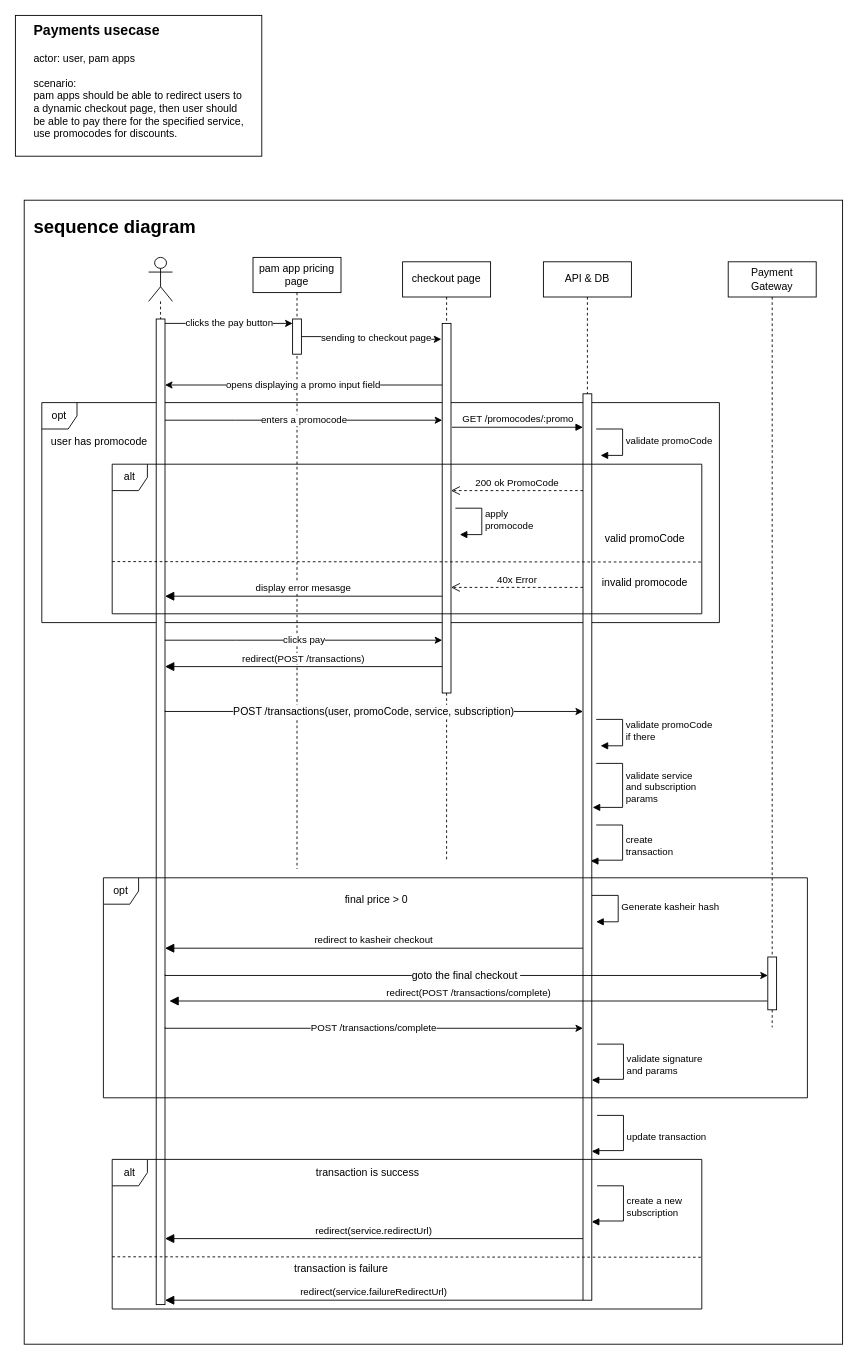
ahmed-elbehairy7/pamylka-system-design keeps this draw.io diagram as page "payments" (2 of 3) of pamylka - general.drawio. Above is the earlier version. Source tidied: cells renumbered, new cells numbered last; positions are measured from the earlier drawing's top-left corner, leaving out a move shared by most shapes. Both pictures are drawn from the tidied source at 88%, with x=0, y=0 at pixel (15, 15).
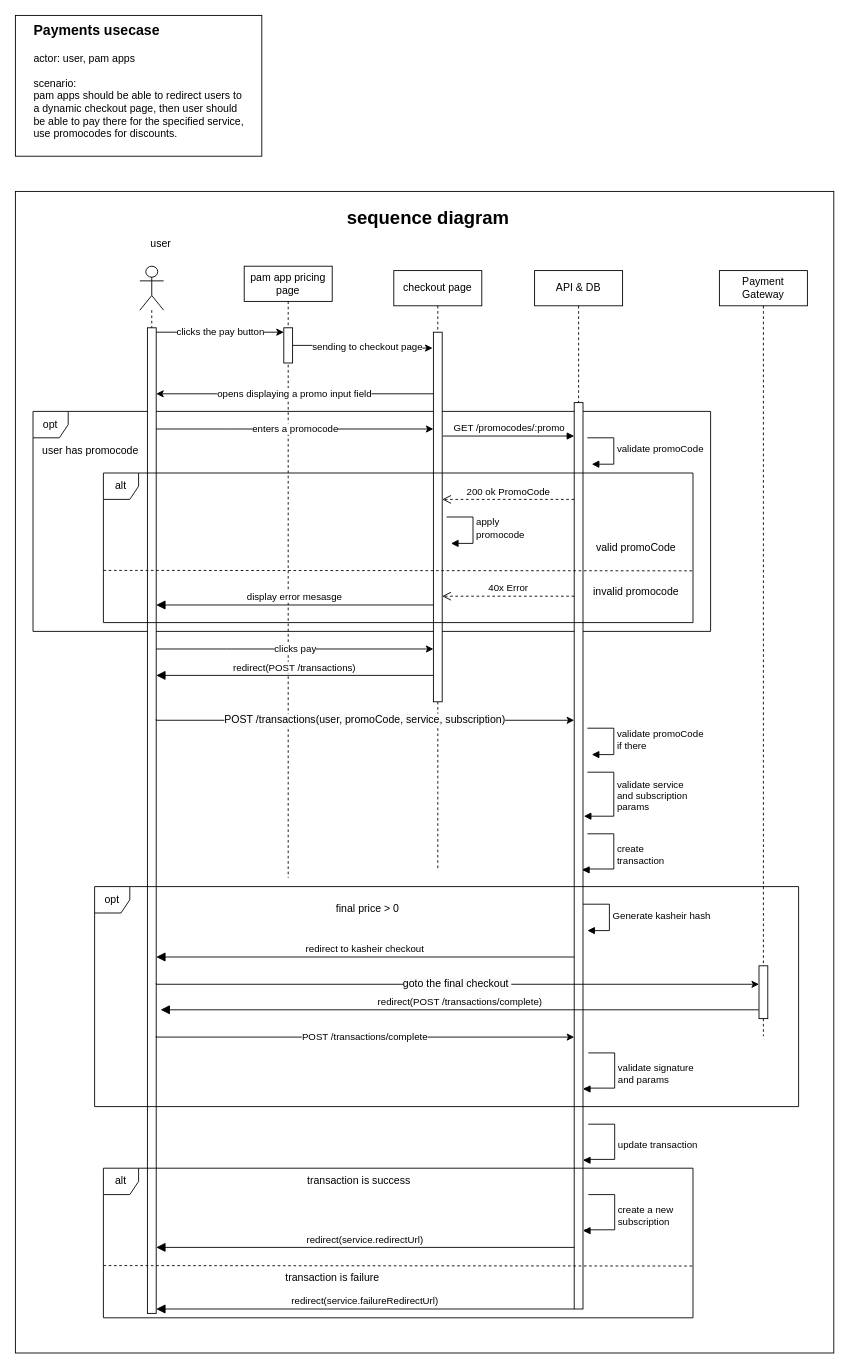
The same diagram, later.

Change to the diagram source:
```diff
@@
     <mxCell id="2" style="group;" parent="1" vertex="1">
-      <mxGeometry x="10" y="210" width="930" height="1300" as="geometry" />
+      <mxGeometry y="220" width="930" height="1300" as="geometry" />
     </mxCell>
     <mxCell id="3" style="rounded=0;whiteSpace=wrap;html=1;fontSize=11;" parent="2" vertex="1">
-      <mxGeometry width="930" height="1300" as="geometry" />
+      <mxGeometry y="-20" width="930" height="1320" as="geometry" />
     </mxCell>
@@
     <mxCell id="52" value="&lt;div&gt;&lt;span&gt;&lt;b&gt;sequence diagram&lt;/b&gt;&lt;/span&gt;&lt;/div&gt;" style="text;html=1;align=left;verticalAlign=middle;strokeColor=none;fillColor=none;fontSize=21;" parent="2" vertex="1">
-      <mxGeometry x="8.6" y="10" width="210" height="40" as="geometry" />
+      <mxGeometry x="375" y="-10" width="210" height="40" as="geometry" />
     </mxCell>
@@
+    <mxCell id="56" value="user" style="text;html=1;align=center;verticalAlign=middle;strokeColor=none;fillColor=none;" parent="1" vertex="1">
+      <mxGeometry x="140" y="245" width="50" height="30" as="geometry" />
+    </mxCell>
```
